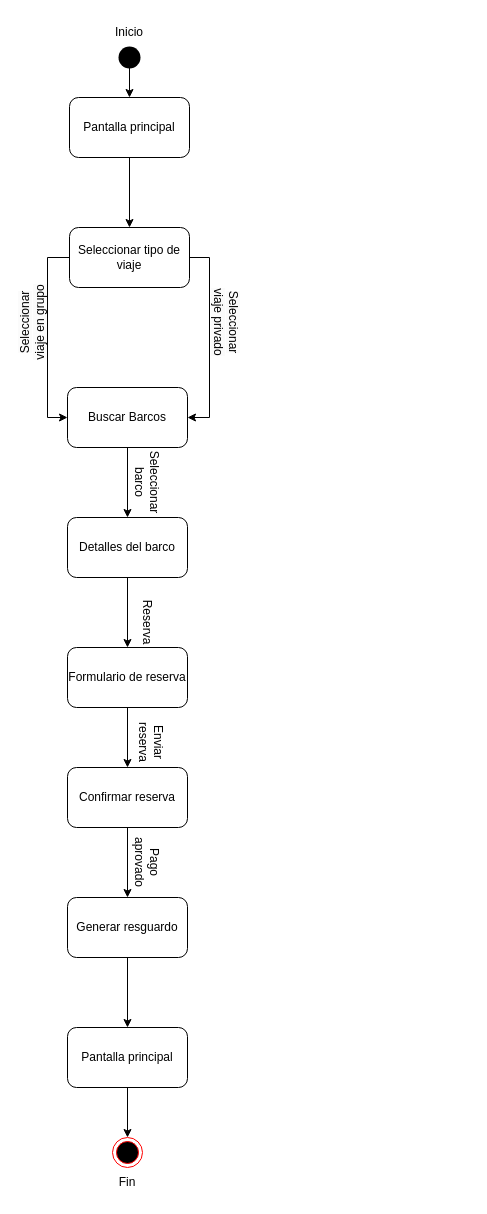
Before: Diagramas/Estat_XaJo.drawio in joam6/Sailing_XaJo, a draw.io diagram. Source tidied: cells renumbered, new cells numbered last; positions are measured from the earlier drawing's top-left corner, leaving out a move shared by most shapes. Both pictures are drawn from the tidied source at 100%, with x=0, y=0 at pixel (-13, 17).
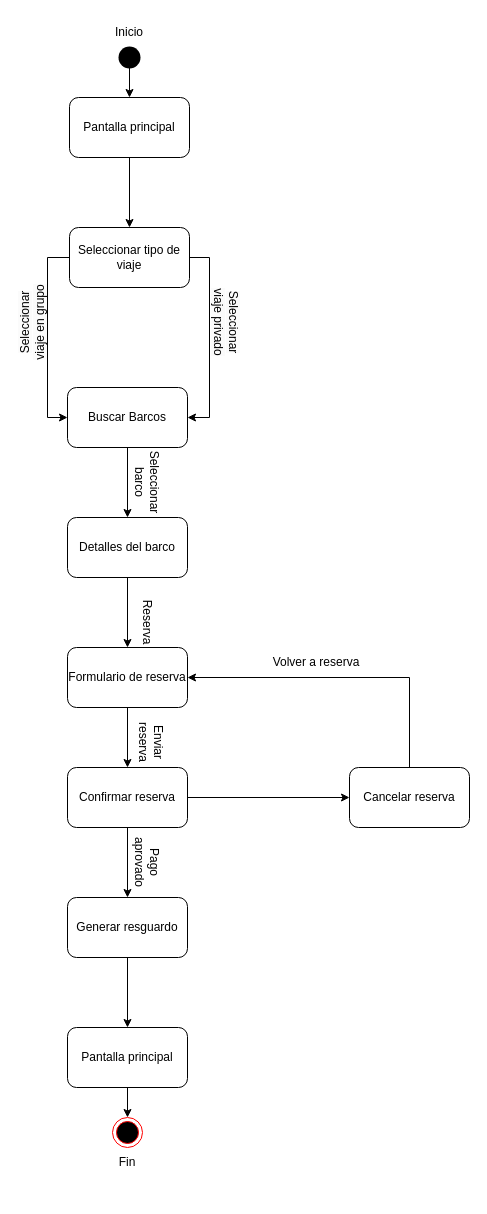
Above is the later version.

Unchanged cells that the change refers to:
```xml
<mxCell id="6" value="Formulario de reserva" style="rounded=1;whiteSpace=wrap;html=1;" parent="1" vertex="1">
  <mxGeometry x="80" y="630" width="120" height="60" as="geometry" />
</mxCell>
<mxCell id="18" value="Confirmar reserva" style="rounded=1;whiteSpace=wrap;html=1;" parent="1" vertex="1">
  <mxGeometry x="80" y="750" width="120" height="60" as="geometry" />
</mxCell>
```

Diff of the diagram source:
```diff
@@
+    <mxCell id="30" style="edgeStyle=orthogonalEdgeStyle;rounded=0;jettySize=auto;html=1;exitX=1;exitY=0.5;exitDx=0;exitDy=0;entryX=0;entryY=0.5;entryDx=0;entryDy=0;" parent="1" edge="1" source="18" target="32">
+      <mxGeometry relative="1" as="geometry" />
+    </mxCell>
@@
     <mxCell id="23" style="ellipse;html=1;shape=endState;fillColor=#000000;strokeColor=#ff0000;" parent="1" vertex="1">
-      <mxGeometry x="125" y="1120" width="30" height="30" as="geometry" />
+      <mxGeometry x="125" y="1100" width="30" height="30" as="geometry" />
     </mxCell>
@@
     <mxCell id="29" value="Fin" style="text;html=1;align=center;verticalAlign=middle;whiteSpace=wrap;rounded=0;" parent="1" vertex="1">
-      <mxGeometry x="110" y="1150" width="60" height="30" as="geometry" />
+      <mxGeometry x="110" y="1130" width="60" height="30" as="geometry" />
     </mxCell>
+    <mxCell id="31" style="edgeStyle=orthogonalEdgeStyle;rounded=0;jettySize=auto;html=1;exitX=0.5;exitY=0;exitDx=0;exitDy=0;entryX=1;entryY=0.5;entryDx=0;entryDy=0;" parent="1" edge="1" source="32" target="6">
+      <mxGeometry relative="1" as="geometry" />
+    </mxCell>
+    <mxCell id="32" value="Cancelar reserva" style="rounded=1;whiteSpace=wrap;html=1;" parent="1" vertex="1">
+      <mxGeometry x="362" y="750" width="120" height="60" as="geometry" />
+    </mxCell>
+    <mxCell id="33" value="Volver a reserva" style="text;html=1;align=center;verticalAlign=middle;whiteSpace=wrap;rounded=0;rotation=0;" parent="1" vertex="1">
+      <mxGeometry x="284" y="630" width="90" height="30" as="geometry" />
+    </mxCell>
```
